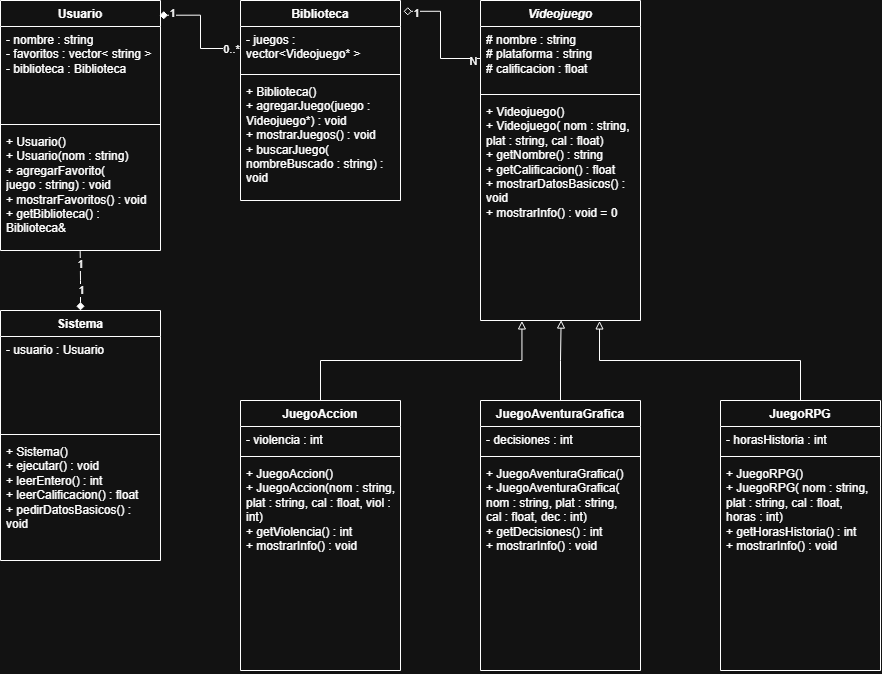
This is 2Proyecto.drawio.png from Nararj/2Proyecto-C-, a draw.io export, as it was before one commit. Source tidied: cells renumbered, new cells last; positions are measured from the earlier drawing's top-left corner, leaving out a move shared by most shapes.
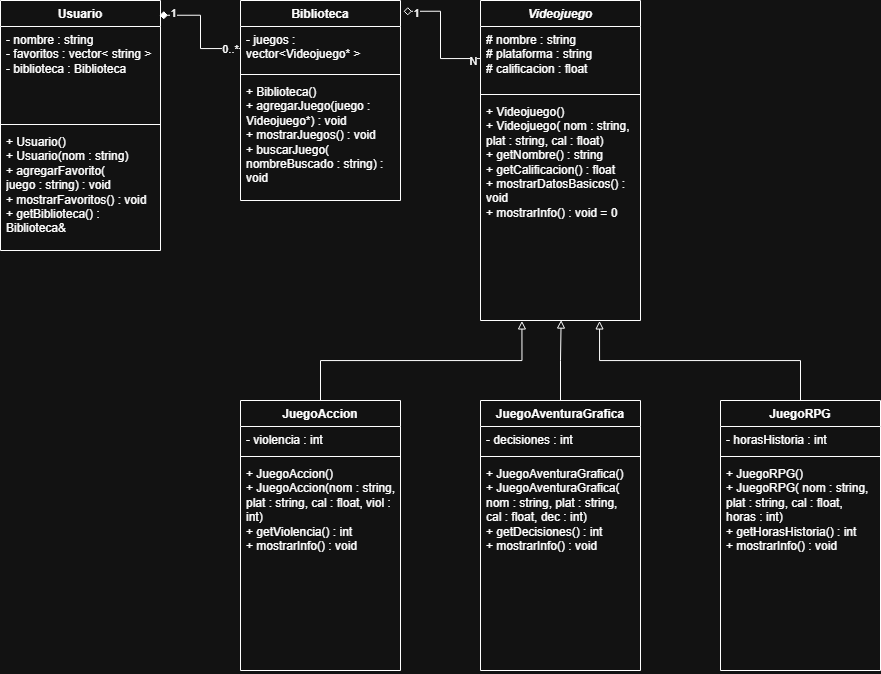
After the commit.

Diff of the diagram source:
```diff
@@ -103,28 +103,5 @@
         <mxPoint x="-1" as="offset" />
       </mxGeometry>
     </mxCell>
-    <mxCell id="35" value="Sistema" style="swimlane;fontStyle=1;align=center;verticalAlign=top;horizontal=1;startSize=26;whiteSpace=wrap;html=1;" parent="1" vertex="1">
-      <mxGeometry y="310" width="160" height="250" as="geometry" />
-    </mxCell>
-    <mxCell id="36" value="- usuario : Usuario" style="text;strokeColor=none;fillColor=none;align=left;verticalAlign=top;spacingLeft=4;spacingRight=4;overflow=hidden;whiteSpace=wrap;html=1;" parent="35" vertex="1">
-      <mxGeometry y="26" width="160" height="94" as="geometry" />
-    </mxCell>
-    <mxCell id="37" style="line;strokeWidth=1;fillColor=none;align=left;verticalAlign=middle;spacingTop=-1;spacingLeft=3;spacingRight=3;labelPosition=right;strokeColor=inherit;" parent="35" vertex="1">
-      <mxGeometry y="120" width="160" height="8" as="geometry" />
-    </mxCell>
-    <mxCell id="38" value="+ Sistema()&lt;br&gt;+ ejecutar() : void&lt;br&gt;+ leerEntero() : int&lt;br&gt;+ leerCalificacion() : float&lt;br&gt;+ pedirDatosBasicos() : void" style="text;strokeColor=none;fillColor=none;align=left;verticalAlign=top;spacingLeft=4;spacingRight=4;overflow=hidden;whiteSpace=wrap;html=1;" parent="35" vertex="1">
-      <mxGeometry y="128" width="160" height="122" as="geometry" />
-    </mxCell>
-    <mxCell id="39" style="edgeStyle=orthogonalEdgeStyle;rounded=0;jettySize=auto;html=1;entryX=0.498;entryY=1.005;entryDx=0;entryDy=0;entryPerimeter=0;endArrow=none;endFill=0;startArrow=diamond;startFill=1;" parent="1" edge="1" source="35" target="25">
-      <mxGeometry relative="1" as="geometry" />
-    </mxCell>
-    <mxCell id="40" value="1" style="edgeLabel;html=1;align=center;verticalAlign=middle;" parent="39" vertex="1">
-      <mxGeometry x="0.55" relative="1" as="geometry" />
-    </mxCell>
-    <mxCell id="41" value="1" style="edgeLabel;html=1;align=center;verticalAlign=middle;" parent="39" vertex="1">
-      <mxGeometry x="-0.62" relative="1" as="geometry">
-        <mxPoint y="-9" as="offset" />
-      </mxGeometry>
-    </mxCell>
   </root>
 </mxGraphModel>
```
